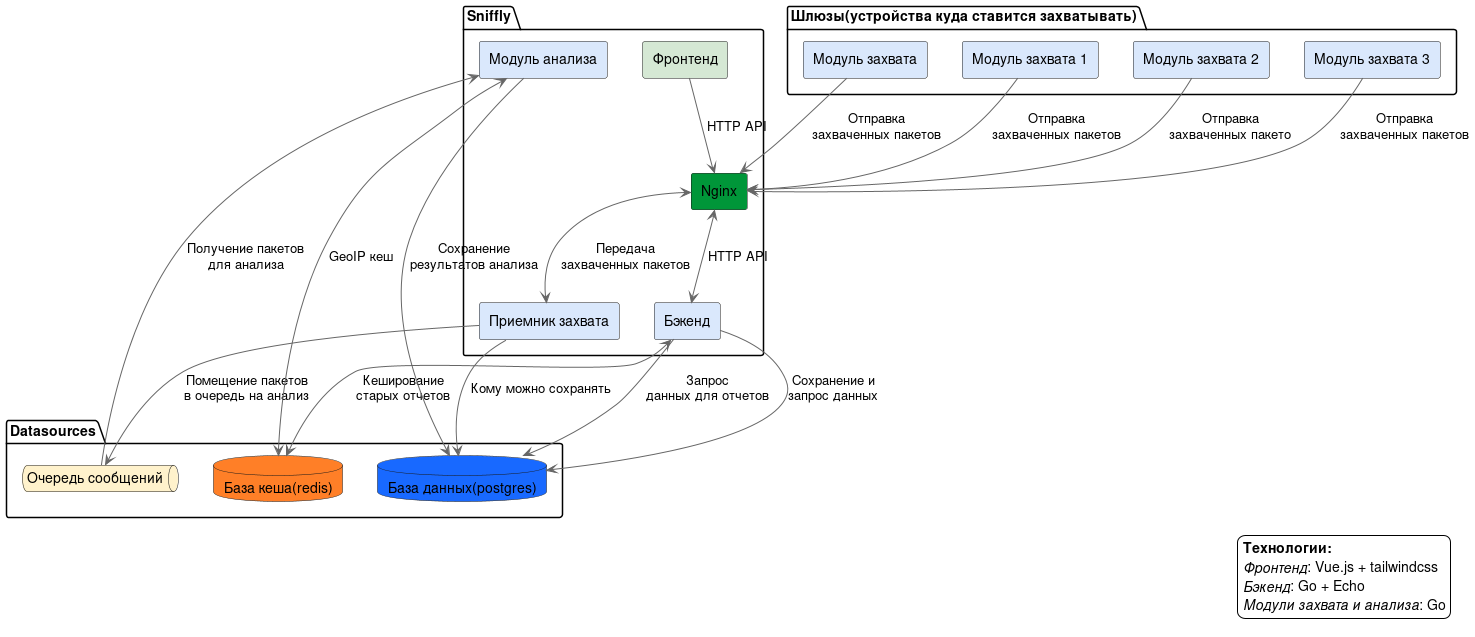
Earlier version of the PlantUML export docs/arch.png (nrf24l01/sniffly).
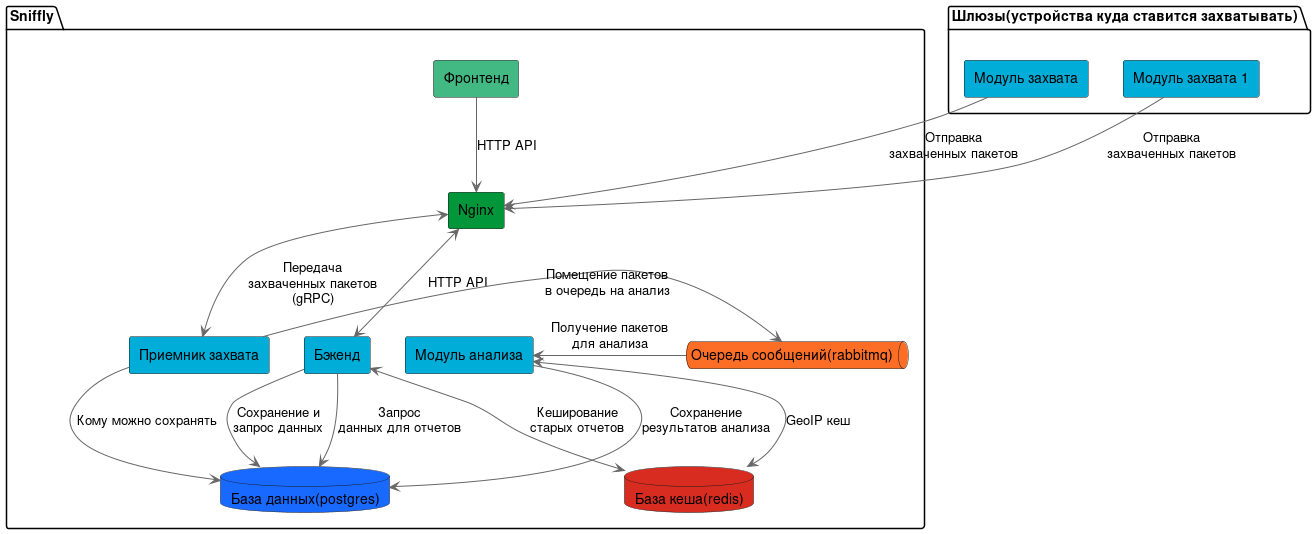
After the commit.

Commit message:
refactor: reorganize architecture diagram for clarity and consistency

What changed in the source:
```diff
@@ -7,46 +7,33 @@
 !define TECH(x) <b>x</b>
 
 package "Sniffly" {
-    [Модуль анализа] as analysis #DAE8FC
-    [Фронтенд] as frontend #D5E8D4
-    [Бэкенд] as backend #DAE8FC
-    [Приемник захвата] as capture_receiver #DAE8FC
+    database "База данных(postgres)" as db #1869ff
+    queue "Очередь сообщений(rabbitmq)" as queue #FC6D26
+    database "База кеша(redis)" as redis #D82C20
+
+    [Приемник захвата] as capture_receiver #00ADD8
+    [Бэкенд] as backend #00ADD8
+    [Модуль анализа] as analysis #00ADD8
+    [Фронтенд] as frontend #42b883
     [Nginx] as nginx #009639
 }
 
-package "Datasources" {
-    database "База данных(postgres)" as db #1869ff
-    queue "Очередь сообщений" as queue #FFF2CC
-    database "База кеша(redis)" as redis #ff7f27
+package "Шлюзы(устройства куда ставится захватывать)" {
+    [Модуль захвата] as capture #00ADD8
+    [Модуль захвата 1] as capture1 #00ADD8
 }
 
-package "Шлюзы(устройства куда ставится захватывать)" {
-    [Модуль захвата] as capture #DAE8FC
-    [Модуль захвата 1] as capture1 #DAE8FC
-    [Модуль захвата 2] as capture2 #DAE8FC
-    [Модуль захвата 3] as capture3 #DAE8FC
-}
-
-backend --> db : Сохранение и\nзапрос данных
-backend <--> redis : Кеширование\nстарых отчетов
-capture --> nginx : Отправка\nзахваченных пакетов
-capture1 --> nginx : Отправка\nзахваченных пакетов
-capture2 --> nginx : Отправка\nзахваченных пакето
-capture3 --> nginx : Отправка\nзахваченных пакетов
-nginx <--> capture_receiver : Передача\nзахваченных пакетов
-capture_receiver -> db : Кому можно сохранять
-capture_receiver -> queue : Помещение пакетов\nв очередь на анализ
-analysis <- queue : Получение пакетов\nдля анализа
 analysis <--> redis : GeoIP кеш
 frontend --> nginx : HTTP API
 nginx <--> backend : HTTP API
 backend --> db : Запрос\nданных для отчетов
 analysis -> db : Сохранение\nрезультатов анализа
-
-legend right
-    <b>Технологии:</b>
-    <i>Фронтенд</i>: Vue.js + tailwindcss
-    <i>Бэкенд</i>: Go + Echo
-    <i>Модули захвата и анализа</i>: Go
-endlegend
+backend --> db : Сохранение и\nзапрос данных
+backend <--> redis : Кеширование\nстарых отчетов
+capture --> nginx : Отправка\nзахваченных пакетов
+capture1 --> nginx : Отправка\nзахваченных пакетов
+nginx <--> capture_receiver : Передача\nзахваченных пакетов\n(gRPC)
+capture_receiver -> db : Кому можно сохранять
+capture_receiver -> queue : Помещение пакетов\nв очередь на анализ
+analysis <- queue : Получение пакетов\nдля анализа
 @enduml
```
